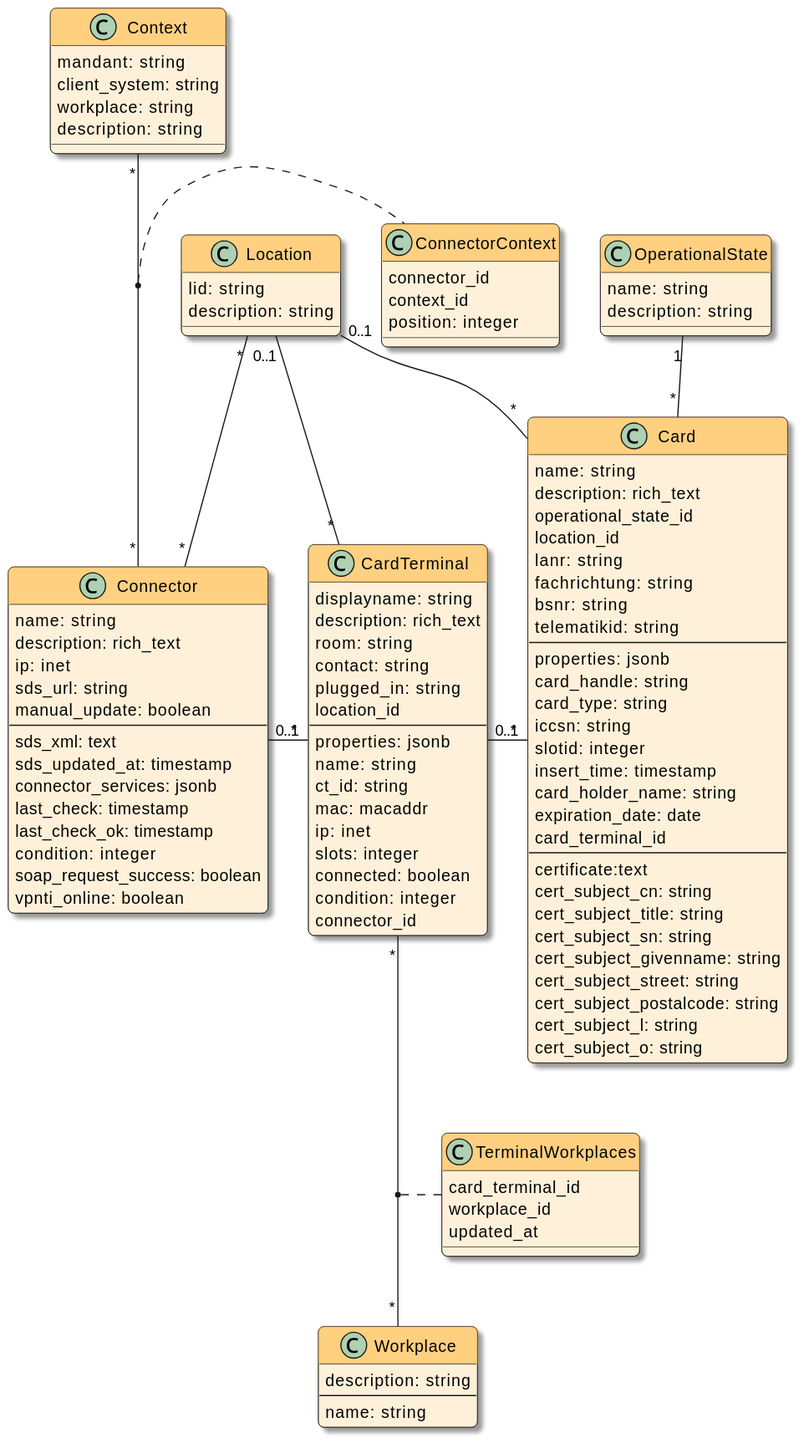
Earlier version of the PlantUML export docs/devnotes/_images/models.svg (swobspace/cocard).
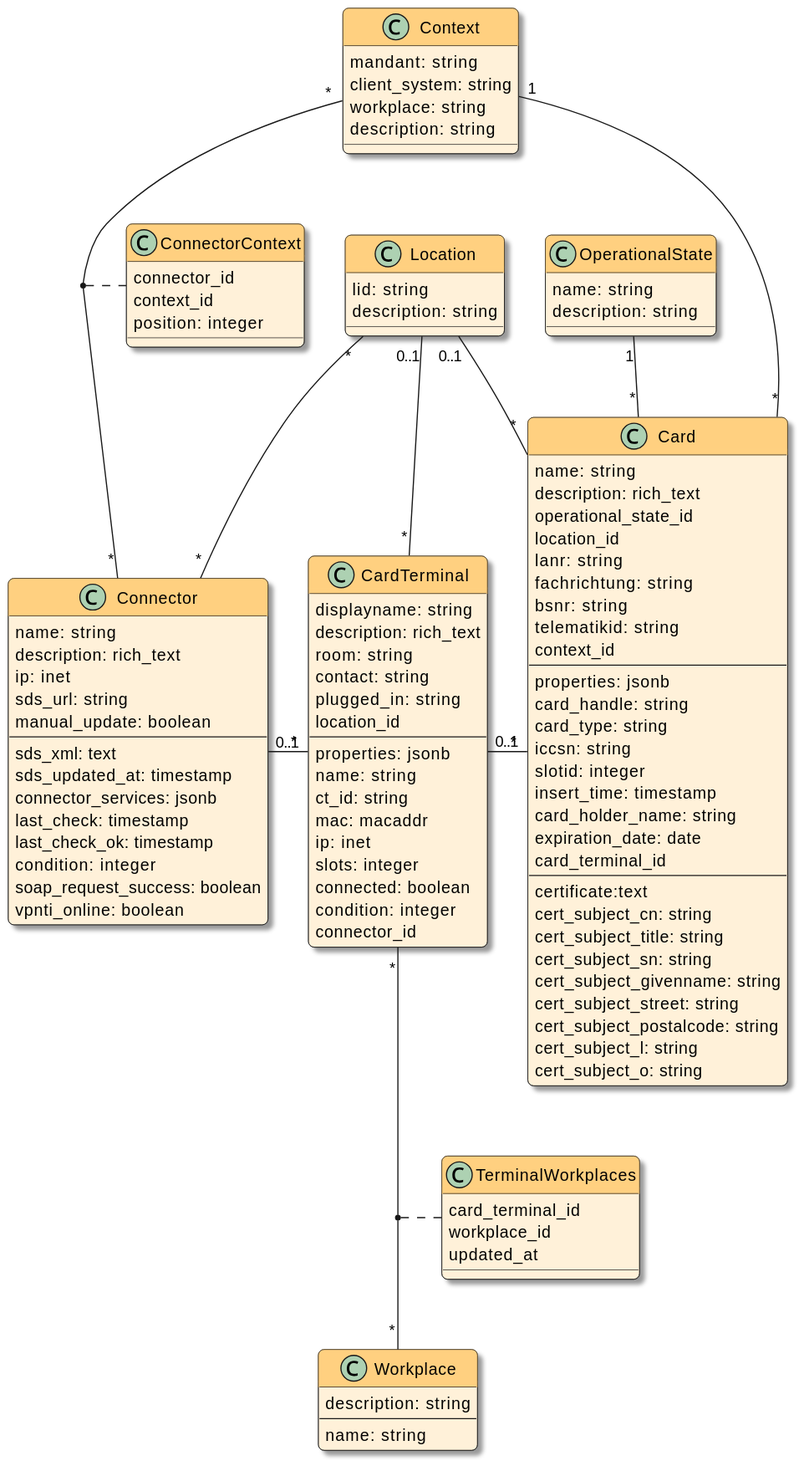
The same file after the commit.

Change to the diagram source:
```diff
@@ -66,6 +66,7 @@
   fachrichtung: string
   bsnr: string
   telematikid: string
+  context_id
   --
   properties: jsonb
   card_handle: string
@@ -106,11 +107,12 @@
 Location "*" -- "*" Connector
 Context "*" -- "*" Connector
 Connector "0..1" - "*" CardTerminal
-Location "0..1" - "*" CardTerminal
-(Connector, Context) .. ConnectorContext
+Location "0..1" -- "*" CardTerminal
+(Connector, Context) . ConnectorContext
 CardTerminal "0..1" - "*" Card
 CardTerminal "*" -- "*" Workplace
 (CardTerminal, Workplace) .. TerminalWorkplaces
 Location "0..1" -- "*" Card
 OperationalState "1" -- "*" Card
+Context "1" -- "*" Card
 @enduml
```
